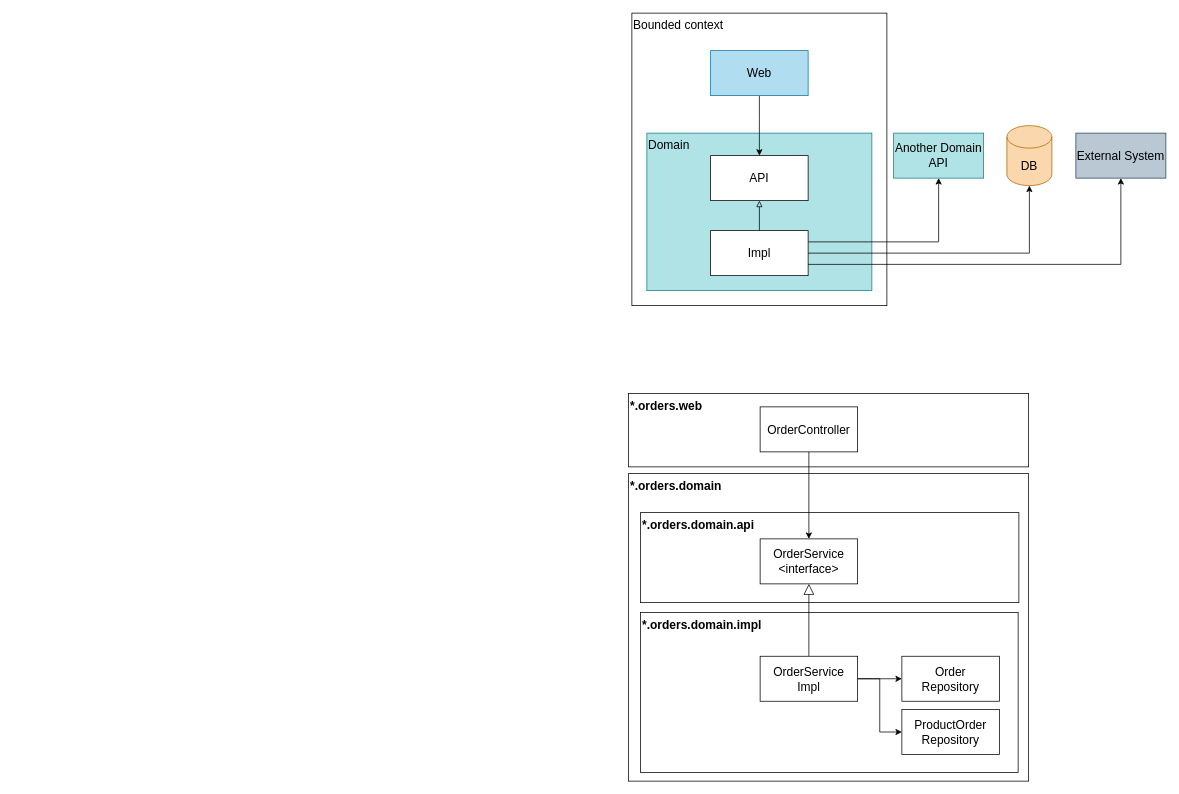
Earlier version of the draw.io diagram page "Yet another architecture" (5 of 5) of where-to-put-the-service.drawio (zatsepinvl/where-to-put-the-service). Source tidied: cells renumbered, new cells numbered last; positions are measured from the earlier drawing's top-left corner, leaving out a move shared by most shapes. Both pictures are drawn from the tidied source at 75%, with x=0, y=0 at pixel (628, 13).
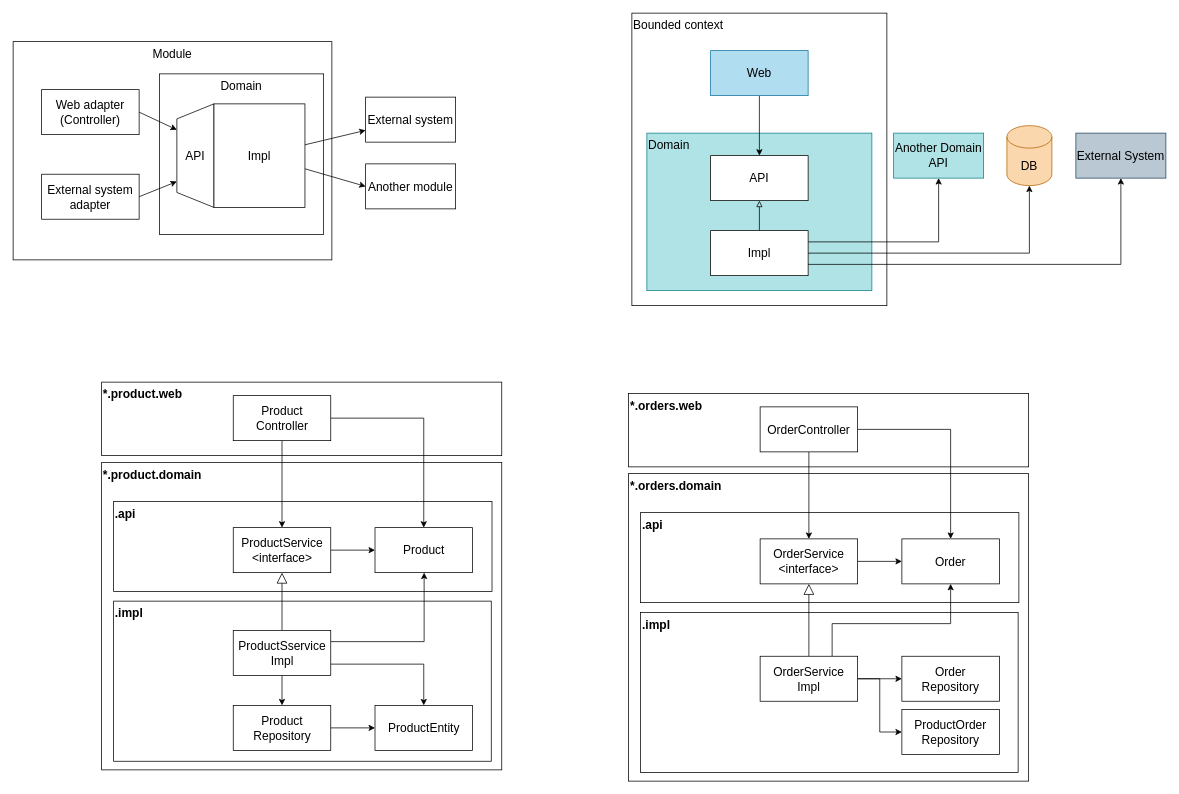
The same page after the edit.

Unchanged cells that the change refers to:
```xml
<mxCell id="20" value="OrderController" style="rounded=0;whiteSpace=wrap;html=1;fontFamily=Arial;fontSize=16;shadow=0;" parent="1" vertex="1">
  <mxGeometry x="176" y="525" width="130" height="60" as="geometry" />
</mxCell>
<mxCell id="21" value="OrderService&lt;br&gt;&amp;lt;interface&amp;gt;" style="rounded=0;whiteSpace=wrap;html=1;fontFamily=Arial;fontSize=16;shadow=0;" parent="1" vertex="1">
  <mxGeometry x="176" y="701" width="130" height="60" as="geometry" />
</mxCell>
<mxCell id="25" value="OrderService&lt;br&gt;Impl" style="rounded=0;whiteSpace=wrap;html=1;fontFamily=Arial;fontSize=16;shadow=0;" parent="1" vertex="1">
  <mxGeometry x="176" y="857.5" width="130" height="60" as="geometry" />
</mxCell>
```

What changed in the source:
```diff
@@
+    <mxCell id="28" value="Module" style="rounded=0;whiteSpace=wrap;html=1;fontSize=16;verticalAlign=top;align=center;" parent="1" vertex="1">
+      <mxGeometry x="-820" y="38" width="425" height="291" as="geometry" />
+    </mxCell>
+    <mxCell id="29" value="Domain" style="rounded=0;whiteSpace=wrap;html=1;fontSize=16;verticalAlign=top;align=center;" parent="1" vertex="1">
+      <mxGeometry x="-625" y="81" width="219" height="214" as="geometry" />
+    </mxCell>
@@
-    <mxCell id="3" value="*.orders.domain.impl" style="rounded=0;whiteSpace=wrap;html=1;fontFamily=Arial;fontSize=16;align=left;verticalAlign=top;fontStyle=1;" parent="1" vertex="1">
+    <mxCell id="3" value=".impl" style="rounded=0;whiteSpace=wrap;html=1;fontFamily=Arial;fontSize=16;align=left;verticalAlign=top;fontStyle=1;" parent="1" vertex="1">
       <mxGeometry x="16.5" y="799" width="503.5" height="213.5" as="geometry" />
     </mxCell>
-    <mxCell id="4" value="*.orders.domain.api" style="rounded=0;whiteSpace=wrap;html=1;fontFamily=Arial;fontSize=16;align=left;verticalAlign=top;fontStyle=1;" parent="1" vertex="1">
+    <mxCell id="4" value=".api" style="rounded=0;whiteSpace=wrap;html=1;fontFamily=Arial;fontSize=16;align=left;verticalAlign=top;fontStyle=1;" parent="1" vertex="1">
       <mxGeometry x="16.5" y="666" width="504.5" height="120" as="geometry" />
     </mxCell>
@@
+    <mxCell id="30" style="edgeStyle=orthogonalEdgeStyle;rounded=0;jettySize=auto;html=1;" parent="1" edge="1" source="20" target="33">
+      <mxGeometry relative="1" as="geometry" />
+    </mxCell>
@@
+    <mxCell id="31" style="edgeStyle=orthogonalEdgeStyle;rounded=0;jettySize=auto;html=1;" parent="1" edge="1" source="21" target="33">
+      <mxGeometry relative="1" as="geometry" />
+    </mxCell>
@@
+    <mxCell id="32" style="edgeStyle=orthogonalEdgeStyle;rounded=0;jettySize=auto;html=1;" parent="1" edge="1" source="25" target="33">
+      <mxGeometry relative="1" as="geometry">
+        <Array as="points">
+          <mxPoint x="272" y="814" />
+          <mxPoint x="430" y="814" />
+        </Array>
+      </mxGeometry>
+    </mxCell>
@@
+    <mxCell id="33" value="Order" style="rounded=0;whiteSpace=wrap;html=1;fontFamily=Arial;fontSize=16;shadow=0;" parent="1" vertex="1">
+      <mxGeometry x="365" y="701" width="130" height="60" as="geometry" />
+    </mxCell>
+    <mxCell id="34" value="*.product.domain" style="rounded=0;whiteSpace=wrap;html=1;fontFamily=Arial;fontSize=16;align=left;verticalAlign=top;fontStyle=1;" parent="1" vertex="1">
+      <mxGeometry x="-702" y="599" width="533.5" height="410" as="geometry" />
+    </mxCell>
+    <mxCell id="35" value=".impl" style="rounded=0;whiteSpace=wrap;html=1;fontFamily=Arial;fontSize=16;align=left;verticalAlign=top;fontStyle=1;" parent="1" vertex="1">
+      <mxGeometry x="-686" y="784" width="503.5" height="213.5" as="geometry" />
+    </mxCell>
+    <mxCell id="36" value=".api" style="rounded=0;whiteSpace=wrap;html=1;fontFamily=Arial;fontSize=16;align=left;verticalAlign=top;fontStyle=1;" parent="1" vertex="1">
+      <mxGeometry x="-686" y="651" width="504.5" height="120" as="geometry" />
+    </mxCell>
+    <mxCell id="37" value="*.product.web" style="rounded=0;whiteSpace=wrap;html=1;fontFamily=Arial;fontSize=16;align=left;verticalAlign=top;fontStyle=1;" parent="1" vertex="1">
+      <mxGeometry x="-702" y="492" width="533.5" height="98" as="geometry" />
+    </mxCell>
+    <mxCell id="38" style="edgeStyle=orthogonalEdgeStyle;rounded=0;jettySize=auto;html=1;endArrow=classic;endFill=1;endSize=6;fontFamily=Arial;fontSize=16;" parent="1" edge="1" source="40" target="42">
+      <mxGeometry relative="1" as="geometry" />
+    </mxCell>
+    <mxCell id="39" style="edgeStyle=orthogonalEdgeStyle;rounded=0;jettySize=auto;html=1;" parent="1" edge="1" source="40" target="48">
+      <mxGeometry relative="1" as="geometry" />
+    </mxCell>
+    <mxCell id="40" value="Product&lt;br&gt;Controller" style="rounded=0;whiteSpace=wrap;html=1;fontFamily=Arial;fontSize=16;shadow=0;" parent="1" vertex="1">
+      <mxGeometry x="-526.5" y="510" width="130" height="60" as="geometry" />
+    </mxCell>
+    <mxCell id="41" style="edgeStyle=orthogonalEdgeStyle;rounded=0;jettySize=auto;html=1;" parent="1" edge="1" source="42" target="48">
+      <mxGeometry relative="1" as="geometry" />
+    </mxCell>
+    <mxCell id="42" value="ProductService&lt;br&gt;&amp;lt;interface&amp;gt;" style="rounded=0;whiteSpace=wrap;html=1;fontFamily=Arial;fontSize=16;shadow=0;" parent="1" vertex="1">
+      <mxGeometry x="-526.5" y="686" width="130" height="60" as="geometry" />
+    </mxCell>
+    <mxCell id="43" style="edgeStyle=orthogonalEdgeStyle;rounded=0;jettySize=auto;html=1;endArrow=block;endFill=0;endSize=12;fontFamily=Arial;fontSize=16;" parent="1" edge="1" source="46" target="42">
+      <mxGeometry relative="1" as="geometry" />
+    </mxCell>
+    <mxCell id="44" style="edgeStyle=orthogonalEdgeStyle;rounded=0;jettySize=auto;html=1;endArrow=classic;endFill=1;endSize=6;fontFamily=Arial;fontSize=16;" parent="1" edge="1" source="46" target="47">
+      <mxGeometry relative="1" as="geometry" />
+    </mxCell>
+    <mxCell id="45" style="edgeStyle=orthogonalEdgeStyle;rounded=0;jettySize=auto;html=1;" parent="1" edge="1" source="46" target="48">
+      <mxGeometry relative="1" as="geometry">
+        <Array as="points">
+          <mxPoint x="-272" y="838" />
+        </Array>
+      </mxGeometry>
+    </mxCell>
+    <mxCell id="46" value="ProductSservice&lt;br&gt;Impl" style="rounded=0;whiteSpace=wrap;html=1;fontFamily=Arial;fontSize=16;shadow=0;" parent="1" vertex="1">
+      <mxGeometry x="-526.5" y="823" width="130" height="60" as="geometry" />
+    </mxCell>
+    <mxCell id="47" value="Product&lt;br&gt;Repository" style="rounded=0;whiteSpace=wrap;html=1;fontFamily=Arial;fontSize=16;shadow=0;" parent="1" vertex="1">
+      <mxGeometry x="-526.5" y="923" width="130" height="60" as="geometry" />
+    </mxCell>
+    <mxCell id="48" value="Product" style="rounded=0;whiteSpace=wrap;html=1;fontFamily=Arial;fontSize=16;shadow=0;" parent="1" vertex="1">
+      <mxGeometry x="-337.5" y="686" width="130" height="60" as="geometry" />
+    </mxCell>
+    <mxCell id="49" value="ProductEntity" style="rounded=0;whiteSpace=wrap;html=1;fontFamily=Arial;fontSize=16;shadow=0;" parent="1" vertex="1">
+      <mxGeometry x="-337.5" y="923" width="130" height="60" as="geometry" />
+    </mxCell>
+    <mxCell id="50" style="edgeStyle=orthogonalEdgeStyle;rounded=0;jettySize=auto;html=1;exitX=1;exitY=0.75;exitDx=0;exitDy=0;entryX=0.5;entryY=0;entryDx=0;entryDy=0;" parent="1" edge="1" source="46" target="49">
+      <mxGeometry relative="1" as="geometry" />
+    </mxCell>
+    <mxCell id="51" style="edgeStyle=orthogonalEdgeStyle;rounded=0;jettySize=auto;html=1;endArrow=classic;endFill=1;endSize=6;fontFamily=Arial;fontSize=16;" parent="1" edge="1" source="47" target="49">
+      <mxGeometry relative="1" as="geometry" />
+    </mxCell>
+    <mxCell id="52" value="API" style="shape=trapezoid;perimeter=trapezoidPerimeter;whiteSpace=wrap;html=1;fixedSize=1;rotation=90;horizontal=0;flipH=1;direction=east;flipV=1;fontSize=16;" parent="1" vertex="1">
+      <mxGeometry x="-646" y="165.3" width="138.1" height="49.5" as="geometry" />
+    </mxCell>
+    <mxCell id="53" style="edgeStyle=none;rounded=0;jettySize=auto;html=1;fontSize=16;" parent="1" edge="1" source="55" target="60">
+      <mxGeometry relative="1" as="geometry" />
+    </mxCell>
+    <mxCell id="54" style="edgeStyle=none;rounded=0;jettySize=auto;html=1;entryX=0;entryY=0.5;entryDx=0;entryDy=0;fontSize=16;" parent="1" edge="1" source="55" target="61">
+      <mxGeometry relative="1" as="geometry" />
+    </mxCell>
+    <mxCell id="55" value="Impl" style="rounded=0;whiteSpace=wrap;html=1;fontSize=16;" parent="1" vertex="1">
+      <mxGeometry x="-552.2" y="121" width="121.3" height="138" as="geometry" />
+    </mxCell>
+    <mxCell id="56" style="rounded=0;jettySize=auto;html=1;entryX=0.25;entryY=1;entryDx=0;entryDy=0;fontSize=16;" parent="1" edge="1" target="52">
+      <mxGeometry relative="1" as="geometry">
+        <mxPoint x="-652" y="132" as="sourcePoint" />
+      </mxGeometry>
+    </mxCell>
+    <mxCell id="57" value="Web adapter&lt;br&gt;(Controller)" style="rounded=0;whiteSpace=wrap;html=1;fontFamily=Arial;fontSize=16;shadow=0;" parent="1" vertex="1">
+      <mxGeometry x="-782" y="102" width="130" height="60" as="geometry" />
+    </mxCell>
+    <mxCell id="58" style="edgeStyle=none;rounded=0;jettySize=auto;html=1;entryX=0.75;entryY=1;entryDx=0;entryDy=0;fontSize=16;exitX=1;exitY=0.5;exitDx=0;exitDy=0;" parent="1" edge="1" source="59" target="52">
+      <mxGeometry relative="1" as="geometry" />
+    </mxCell>
+    <mxCell id="59" value="External system adapter" style="rounded=0;whiteSpace=wrap;html=1;fontFamily=Arial;fontSize=16;shadow=0;" parent="1" vertex="1">
+      <mxGeometry x="-782" y="214.8" width="130" height="60" as="geometry" />
+    </mxCell>
+    <mxCell id="60" value="External system" style="rounded=0;whiteSpace=wrap;html=1;fontSize=16;" parent="1" vertex="1">
+      <mxGeometry x="-350" y="112" width="120" height="60" as="geometry" />
+    </mxCell>
+    <mxCell id="61" value="Another module" style="rounded=0;whiteSpace=wrap;html=1;fontSize=16;" parent="1" vertex="1">
+      <mxGeometry x="-350" y="201" width="120" height="60" as="geometry" />
+    </mxCell>
```
